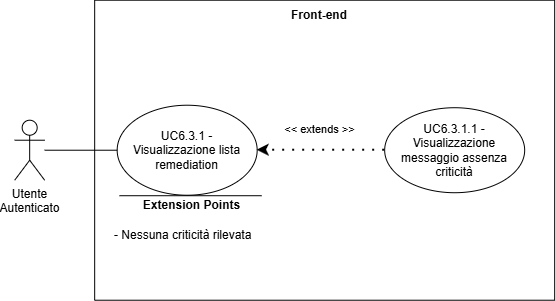
The draw.io diagram assets/diagrams/UC6_3_1.png in SkarabGroup/DocumentazioneProgetto, before a commit. Source tidied: cells renumbered, new cells last; positions are measured from the earlier drawing's top-left corner, leaving out a move shared by most shapes. Its diagram source:
```xml
<mxGraphModel>
  <root>
    <mxCell id="0" />
    <mxCell id="1" parent="0" />
    <mxCell id="2" value="Utente&lt;div&gt;&lt;span style=&quot;background-color: transparent; color: light-dark(rgb(0, 0, 0), rgb(255, 255, 255));&quot;&gt;Autenticato&lt;/span&gt;&lt;/div&gt;" style="shape=umlActor;verticalLabelPosition=bottom;verticalAlign=top;html=1;outlineConnect=0;align=center;" parent="1" vertex="1">
      <mxGeometry x="0.2" y="119.7" width="30" height="60" as="geometry" />
    </mxCell>
    <mxCell id="3" style="swimlane;startSize=0;" parent="1" vertex="1">
      <mxGeometry x="80.2" y="-0.3" width="460" height="300" as="geometry" />
    </mxCell>
    <mxCell id="4" style="ellipse;whiteSpace=wrap;html=1;" parent="3" vertex="1">
      <mxGeometry x="22.5" y="105" width="140" height="90" as="geometry" />
    </mxCell>
    <mxCell id="5" style="ellipse;whiteSpace=wrap;html=1;" parent="3" vertex="1">
      <mxGeometry x="290" y="107.5" width="140" height="85" as="geometry" />
    </mxCell>
    <mxCell id="6" value="UC6.3.1.1 - Visualizzazione messaggio assenza criticità" style="text;html=1;align=center;verticalAlign=middle;whiteSpace=wrap;rounded=0;" parent="3" vertex="1">
      <mxGeometry x="295" y="115" width="130" height="70" as="geometry" />
    </mxCell>
    <mxCell id="7" value="&amp;lt;&amp;lt; extends &amp;gt;&amp;gt;" style="endArrow=classic;startArrow=none;endFill=1;startFill=0;html=1;verticalAlign=bottom;dashed=1;labelBackgroundColor=none;rounded=0;dashPattern=1 4;curved=0;endSize=6;strokeWidth=2;exitX=0;exitY=0.5;exitDx=0;exitDy=0;entryX=1;entryY=0.5;entryDx=0;entryDy=0;" parent="3" edge="1" source="5" target="4">
      <mxGeometry x="0.02" y="-12" relative="1" as="geometry" />
    </mxCell>
    <mxCell id="8" value="Front-end" style="text;html=1;align=center;verticalAlign=middle;whiteSpace=wrap;rounded=0;perimeterSpacing=1;strokeColor=none;fontStyle=1;" parent="3" vertex="1">
      <mxGeometry x="195" width="60" height="30" as="geometry" />
    </mxCell>
    <mxCell id="9" value="&lt;div style=&quot;&quot;&gt;UC6.3.1 - Visualizzazione lista remediation&lt;/div&gt;" style="text;html=1;align=center;verticalAlign=middle;whiteSpace=wrap;rounded=0;" parent="3" vertex="1">
      <mxGeometry x="25" y="115" width="135" height="70" as="geometry" />
    </mxCell>
    <mxCell id="10" style="endArrow=none;html=1;rounded=0;entryX=0;entryY=0.5;entryDx=0;entryDy=0;" parent="1" edge="1" source="2" target="4">
      <mxGeometry relative="1" as="geometry" />
    </mxCell>
    <mxCell id="11" style="endArrow=none;html=1;rounded=0;entryX=0.046;entryY=0;entryDx=0;entryDy=0;entryPerimeter=0;" parent="1" edge="1" target="13">
      <mxGeometry relative="1" as="geometry">
        <mxPoint x="247.1" y="195.2" as="sourcePoint" />
      </mxGeometry>
    </mxCell>
    <mxCell id="12" value="&lt;b&gt;Extension Points&lt;/b&gt;" style="text;html=1;whiteSpace=wrap;strokeColor=none;fillColor=none;align=center;verticalAlign=middle;rounded=0;strokeWidth=5;" parent="1" vertex="1">
      <mxGeometry x="120.2" y="190.2" width="115" height="30" as="geometry" />
    </mxCell>
    <mxCell id="13" value="&lt;div&gt;- Nessuna criticità rilevata&lt;/div&gt;" style="text;html=1;whiteSpace=wrap;strokeColor=none;fillColor=none;align=left;verticalAlign=middle;rounded=0;" parent="1" vertex="1">
      <mxGeometry x="98.2" y="195.2" width="147" height="80" as="geometry" />
    </mxCell>
  </root>
</mxGraphModel>
```
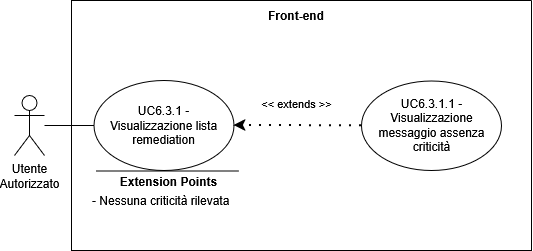
After the change.

What changed in the source:
```diff
@@ -2,20 +2,17 @@
   <root>
     <mxCell id="0" />
     <mxCell id="1" parent="0" />
-    <mxCell id="2" value="Utente&lt;div&gt;&lt;span style=&quot;background-color: transparent; color: light-dark(rgb(0, 0, 0), rgb(255, 255, 255));&quot;&gt;Autenticato&lt;/span&gt;&lt;/div&gt;" style="shape=umlActor;verticalLabelPosition=bottom;verticalAlign=top;html=1;outlineConnect=0;align=center;" parent="1" vertex="1">
-      <mxGeometry x="0.2" y="119.7" width="30" height="60" as="geometry" />
+    <mxCell id="2" value="Utente&lt;div&gt;&lt;span style=&quot;background-color: transparent; color: light-dark(rgb(0, 0, 0), rgb(255, 255, 255));&quot;&gt;Autorizzato&lt;/span&gt;&lt;/div&gt;" style="shape=umlActor;verticalLabelPosition=bottom;verticalAlign=top;html=1;outlineConnect=0;align=center;" parent="1" vertex="1">
+      <mxGeometry x="-55" y="43" width="30" height="60" as="geometry" />
     </mxCell>
     <mxCell id="3" style="swimlane;startSize=0;" parent="1" vertex="1">
-      <mxGeometry x="80.2" y="-0.3" width="460" height="300" as="geometry" />
+      <mxGeometry x="2" y="-52" width="460" height="250" as="geometry" />
     </mxCell>
-    <mxCell id="4" style="ellipse;whiteSpace=wrap;html=1;" parent="3" vertex="1">
-      <mxGeometry x="22.5" y="105" width="140" height="90" as="geometry" />
-    </mxCell>
     <mxCell id="5" style="ellipse;whiteSpace=wrap;html=1;" parent="3" vertex="1">
-      <mxGeometry x="290" y="107.5" width="140" height="85" as="geometry" />
+      <mxGeometry x="290" y="80.5" width="140" height="89.5" as="geometry" />
     </mxCell>
     <mxCell id="6" value="UC6.3.1.1 - Visualizzazione messaggio assenza criticità" style="text;html=1;align=center;verticalAlign=middle;whiteSpace=wrap;rounded=0;" parent="3" vertex="1">
-      <mxGeometry x="295" y="115" width="130" height="70" as="geometry" />
+      <mxGeometry x="297.5" y="94" width="125" height="62" as="geometry" />
     </mxCell>
     <mxCell id="7" value="&amp;lt;&amp;lt; extends &amp;gt;&amp;gt;" style="endArrow=classic;startArrow=none;endFill=1;startFill=0;html=1;verticalAlign=bottom;dashed=1;labelBackgroundColor=none;rounded=0;dashPattern=1 4;curved=0;endSize=6;strokeWidth=2;exitX=0;exitY=0.5;exitDx=0;exitDy=0;entryX=1;entryY=0.5;entryDx=0;entryDy=0;" parent="3" edge="1" source="5" target="4">
       <mxGeometry x="0.02" y="-12" relative="1" as="geometry" />
@@ -23,22 +20,26 @@
     <mxCell id="8" value="Front-end" style="text;html=1;align=center;verticalAlign=middle;whiteSpace=wrap;rounded=0;perimeterSpacing=1;strokeColor=none;fontStyle=1;" parent="3" vertex="1">
       <mxGeometry x="195" width="60" height="30" as="geometry" />
     </mxCell>
+    <mxCell id="4" style="ellipse;whiteSpace=wrap;html=1;" parent="3" vertex="1">
+      <mxGeometry x="22.5" y="80" width="140" height="90" as="geometry" />
+    </mxCell>
     <mxCell id="9" value="&lt;div style=&quot;&quot;&gt;UC6.3.1 - Visualizzazione lista remediation&lt;/div&gt;" style="text;html=1;align=center;verticalAlign=middle;whiteSpace=wrap;rounded=0;" parent="3" vertex="1">
-      <mxGeometry x="25" y="115" width="135" height="70" as="geometry" />
+      <mxGeometry x="25" y="90" width="135" height="70" as="geometry" />
     </mxCell>
-    <mxCell id="10" style="endArrow=none;html=1;rounded=0;entryX=0;entryY=0.5;entryDx=0;entryDy=0;" parent="1" edge="1" source="2" target="4">
-      <mxGeometry relative="1" as="geometry" />
-    </mxCell>
-    <mxCell id="11" style="endArrow=none;html=1;rounded=0;entryX=0.046;entryY=0;entryDx=0;entryDy=0;entryPerimeter=0;" parent="1" edge="1" target="13">
+    <mxCell id="11" style="endArrow=none;html=1;rounded=0;entryX=0.046;entryY=0;entryDx=0;entryDy=0;entryPerimeter=0;" parent="3" edge="1">
       <mxGeometry relative="1" as="geometry">
-        <mxPoint x="247.1" y="195.2" as="sourcePoint" />
+        <mxPoint x="166.9" y="170.5" as="sourcePoint" />
+        <mxPoint x="24.8" y="170.5" as="targetPoint" />
       </mxGeometry>
     </mxCell>
-    <mxCell id="12" value="&lt;b&gt;Extension Points&lt;/b&gt;" style="text;html=1;whiteSpace=wrap;strokeColor=none;fillColor=none;align=center;verticalAlign=middle;rounded=0;strokeWidth=5;" parent="1" vertex="1">
-      <mxGeometry x="120.2" y="190.2" width="115" height="30" as="geometry" />
+    <mxCell id="12" value="&lt;b&gt;Extension Points&lt;/b&gt;" style="text;html=1;whiteSpace=wrap;strokeColor=none;fillColor=none;align=center;verticalAlign=middle;rounded=0;strokeWidth=5;" parent="3" vertex="1">
+      <mxGeometry x="40.1" y="165.5" width="115" height="30" as="geometry" />
     </mxCell>
-    <mxCell id="13" value="&lt;div&gt;- Nessuna criticità rilevata&lt;/div&gt;" style="text;html=1;whiteSpace=wrap;strokeColor=none;fillColor=none;align=left;verticalAlign=middle;rounded=0;" parent="1" vertex="1">
-      <mxGeometry x="98.2" y="195.2" width="147" height="80" as="geometry" />
+    <mxCell id="13" value="&lt;div&gt;- Nessuna criticità rilevata&lt;/div&gt;" style="text;html=1;whiteSpace=wrap;strokeColor=none;fillColor=none;align=left;verticalAlign=middle;rounded=0;" parent="3" vertex="1">
+      <mxGeometry x="19" y="160" width="147" height="80" as="geometry" />
     </mxCell>
+    <mxCell id="10" style="endArrow=none;html=1;rounded=0;entryX=0;entryY=0.5;entryDx=0;entryDy=0;" parent="1" edge="1" source="2" target="4">
+      <mxGeometry relative="1" as="geometry" />
+    </mxCell>
   </root>
 </mxGraphModel>
```
